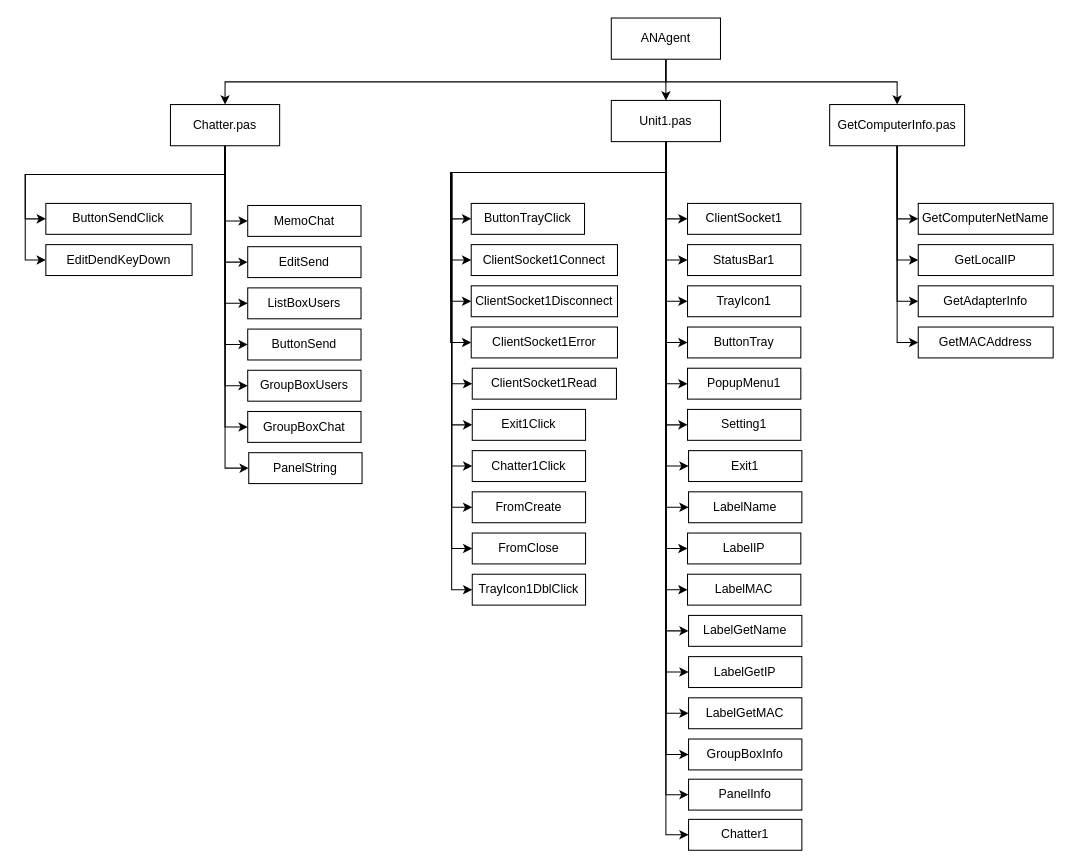
Before: page "Страница 1" (1 of 2) of Структура ПО.drawio in OhotnikovV/AvIS, a draw.io diagram. Source tidied: cells renumbered, new cells numbered last; positions are measured from the earlier drawing's top-left corner, leaving out a move shared by most shapes. Both pictures are drawn from the tidied source at 103%, with x=0, y=0 at pixel (25, 18).
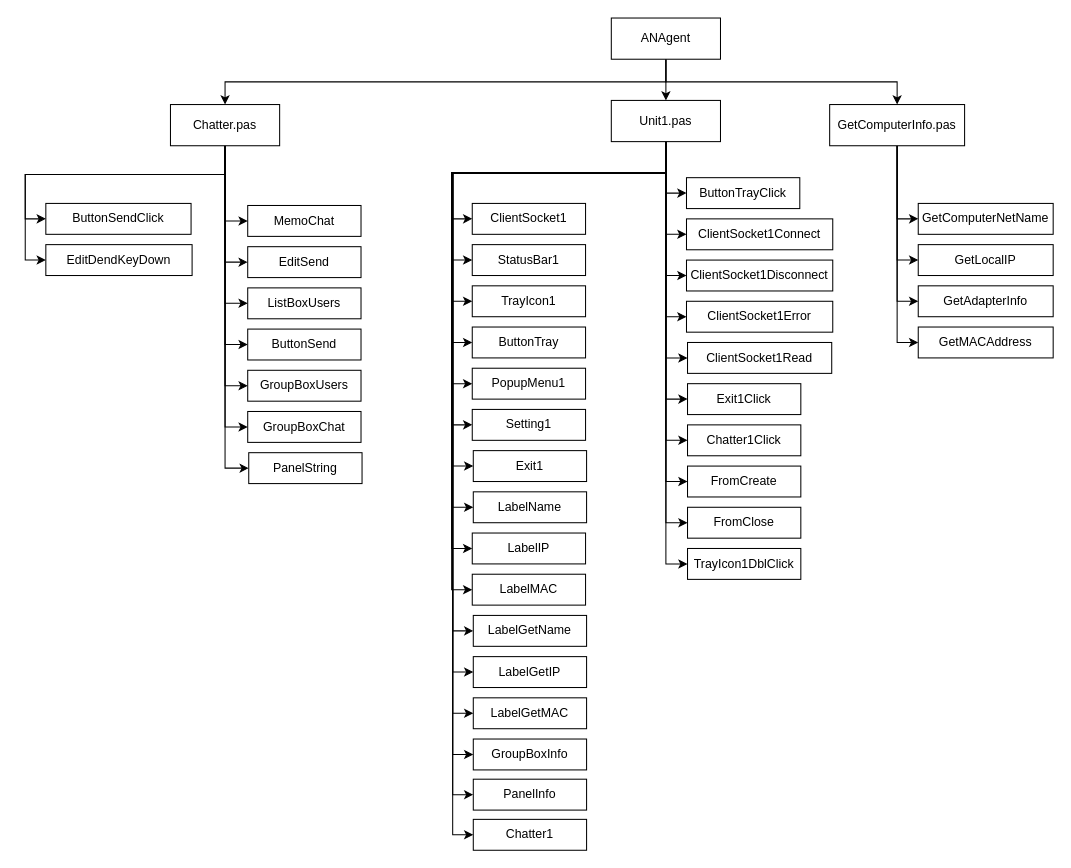
Above is the later version.

The change refers to these unchanged cells:
```xml
<mxCell id="28" value="Unit1.pas" style="rounded=0;whiteSpace=wrap;html=1;" parent="1" vertex="1">
  <mxGeometry x="569" y="80" width="106" height="40" as="geometry" />
</mxCell>
```

Diff of the diagram source:
```diff
@@
-    <mxCell id="2" style="edgeStyle=orthogonalEdgeStyle;rounded=0;jettySize=auto;html=1;exitX=0.5;exitY=1;exitDx=0;exitDy=0;entryX=0;entryY=0.5;entryDx=0;entryDy=0;" parent="1" edge="1" source="28" target="53">
-      <mxGeometry relative="1" as="geometry">
-        <Array as="points">
-          <mxPoint x="622" y="150" />
-          <mxPoint x="414" y="150" />
-          <mxPoint x="414" y="355" />
-        </Array>
-      </mxGeometry>
-    </mxCell>
-    <mxCell id="3" style="edgeStyle=orthogonalEdgeStyle;rounded=0;jettySize=auto;html=1;exitX=0.5;exitY=1;exitDx=0;exitDy=0;entryX=0;entryY=0.5;entryDx=0;entryDy=0;" parent="1" edge="1" source="28" target="54">
-      <mxGeometry relative="1" as="geometry">
-        <Array as="points">
-          <mxPoint x="622" y="150" />
-          <mxPoint x="414" y="150" />
-          <mxPoint x="414" y="395" />
-        </Array>
-      </mxGeometry>
-    </mxCell>
-    <mxCell id="4" style="edgeStyle=orthogonalEdgeStyle;rounded=0;jettySize=auto;html=1;exitX=0.5;exitY=1;exitDx=0;exitDy=0;entryX=0;entryY=0.5;entryDx=0;entryDy=0;" parent="1" edge="1" source="28" target="30">
-      <mxGeometry relative="1" as="geometry">
-        <Array as="points">
-          <mxPoint x="622" y="150" />
-          <mxPoint x="414" y="150" />
-          <mxPoint x="414" y="435" />
-        </Array>
-      </mxGeometry>
-    </mxCell>
-    <mxCell id="5" style="edgeStyle=orthogonalEdgeStyle;rounded=0;jettySize=auto;html=1;exitX=0.5;exitY=1;exitDx=0;exitDy=0;entryX=0;entryY=0.5;entryDx=0;entryDy=0;" parent="1" edge="1" source="28" target="55">
-      <mxGeometry relative="1" as="geometry">
-        <Array as="points">
-          <mxPoint x="622" y="150" />
-          <mxPoint x="414" y="150" />
-          <mxPoint x="414" y="475" />
-        </Array>
-      </mxGeometry>
-    </mxCell>
-    <mxCell id="6" style="edgeStyle=orthogonalEdgeStyle;rounded=0;jettySize=auto;html=1;exitX=0.5;exitY=1;exitDx=0;exitDy=0;entryX=0;entryY=0.5;entryDx=0;entryDy=0;" parent="1" edge="1" source="28" target="56">
-      <mxGeometry relative="1" as="geometry">
-        <Array as="points">
-          <mxPoint x="622" y="150" />
-          <mxPoint x="414" y="150" />
-          <mxPoint x="414" y="515" />
-        </Array>
-      </mxGeometry>
-    </mxCell>
-    <mxCell id="7" style="edgeStyle=orthogonalEdgeStyle;rounded=0;jettySize=auto;html=1;exitX=0.5;exitY=1;exitDx=0;exitDy=0;entryX=0;entryY=0.5;entryDx=0;entryDy=0;" parent="1" edge="1" source="28" target="57">
-      <mxGeometry relative="1" as="geometry">
-        <Array as="points">
-          <mxPoint x="622" y="150" />
-          <mxPoint x="414" y="150" />
-          <mxPoint x="414" y="555" />
-        </Array>
-      </mxGeometry>
-    </mxCell>
-    <mxCell id="8" style="edgeStyle=orthogonalEdgeStyle;rounded=0;jettySize=auto;html=1;exitX=0.5;exitY=1;exitDx=0;exitDy=0;entryX=0;entryY=0.5;entryDx=0;entryDy=0;" parent="1" edge="1" source="28" target="52">
-      <mxGeometry relative="1" as="geometry">
-        <Array as="points">
-          <mxPoint x="622" y="150" />
-          <mxPoint x="413" y="150" />
-          <mxPoint x="413" y="315" />
-        </Array>
-      </mxGeometry>
-    </mxCell>
-    <mxCell id="9" style="edgeStyle=orthogonalEdgeStyle;rounded=0;jettySize=auto;html=1;exitX=0.5;exitY=1;exitDx=0;exitDy=0;entryX=0;entryY=0.5;entryDx=0;entryDy=0;" parent="1" edge="1" source="28" target="29">
-      <mxGeometry relative="1" as="geometry" />
-    </mxCell>
-    <mxCell id="10" style="edgeStyle=orthogonalEdgeStyle;rounded=0;jettySize=auto;html=1;exitX=0.5;exitY=1;exitDx=0;exitDy=0;entryX=0;entryY=0.5;entryDx=0;entryDy=0;" parent="1" edge="1" source="28" target="31">
-      <mxGeometry relative="1" as="geometry">
-        <Array as="points">
-          <mxPoint x="622" y="150" />
-          <mxPoint x="413" y="150" />
-          <mxPoint x="413" y="235" />
-        </Array>
-      </mxGeometry>
-    </mxCell>
-    <mxCell id="11" style="edgeStyle=orthogonalEdgeStyle;rounded=0;jettySize=auto;html=1;exitX=0.5;exitY=1;exitDx=0;exitDy=0;entryX=0;entryY=0.5;entryDx=0;entryDy=0;" parent="1" edge="1" source="28" target="51">
-      <mxGeometry relative="1" as="geometry">
-        <Array as="points">
-          <mxPoint x="622" y="150" />
-          <mxPoint x="413" y="150" />
-          <mxPoint x="413" y="275" />
-        </Array>
-      </mxGeometry>
-    </mxCell>
@@
     <mxCell id="13" style="edgeStyle=orthogonalEdgeStyle;rounded=0;jettySize=auto;html=1;exitX=0.5;exitY=1;exitDx=0;exitDy=0;entryX=0;entryY=0.5;entryDx=0;entryDy=0;" parent="1" edge="1" source="28" target="59">
-      <mxGeometry relative="1" as="geometry" />
+      <mxGeometry relative="1" as="geometry">
+        <Array as="points">
+          <mxPoint x="622" y="150" />
+          <mxPoint x="414" y="150" />
+          <mxPoint x="414" y="235" />
+        </Array>
+      </mxGeometry>
     </mxCell>
     <mxCell id="14" style="edgeStyle=orthogonalEdgeStyle;rounded=0;jettySize=auto;html=1;exitX=0.5;exitY=1;exitDx=0;exitDy=0;entryX=0;entryY=0.5;entryDx=0;entryDy=0;" parent="1" edge="1" source="28" target="60">
-      <mxGeometry relative="1" as="geometry" />
+      <mxGeometry relative="1" as="geometry">
+        <Array as="points">
+          <mxPoint x="622" y="150" />
+          <mxPoint x="414" y="150" />
+          <mxPoint x="414" y="275" />
+        </Array>
+      </mxGeometry>
     </mxCell>
     <mxCell id="15" style="edgeStyle=orthogonalEdgeStyle;rounded=0;jettySize=auto;html=1;exitX=0.5;exitY=1;exitDx=0;exitDy=0;entryX=0;entryY=0.5;entryDx=0;entryDy=0;" parent="1" edge="1" source="28" target="61">
-      <mxGeometry relative="1" as="geometry" />
+      <mxGeometry relative="1" as="geometry">
+        <Array as="points">
+          <mxPoint x="622" y="151" />
+          <mxPoint x="414" y="151" />
+          <mxPoint x="414" y="315" />
+        </Array>
+      </mxGeometry>
     </mxCell>
     <mxCell id="16" style="edgeStyle=orthogonalEdgeStyle;rounded=0;jettySize=auto;html=1;exitX=0.5;exitY=1;exitDx=0;exitDy=0;entryX=0;entryY=0.5;entryDx=0;entryDy=0;" parent="1" edge="1" source="28" target="62">
-      <mxGeometry relative="1" as="geometry" />
+      <mxGeometry relative="1" as="geometry">
+        <Array as="points">
+          <mxPoint x="622" y="150" />
+          <mxPoint x="414" y="150" />
+          <mxPoint x="414" y="355" />
+        </Array>
+      </mxGeometry>
     </mxCell>
     <mxCell id="17" style="edgeStyle=orthogonalEdgeStyle;rounded=0;jettySize=auto;html=1;exitX=0.5;exitY=1;exitDx=0;exitDy=0;entryX=0;entryY=0.5;entryDx=0;entryDy=0;" parent="1" edge="1" source="28" target="63">
-      <mxGeometry relative="1" as="geometry" />
+      <mxGeometry relative="1" as="geometry">
+        <Array as="points">
+          <mxPoint x="622" y="151" />
+          <mxPoint x="414" y="151" />
+          <mxPoint x="414" y="395" />
+        </Array>
+      </mxGeometry>
     </mxCell>
     <mxCell id="18" style="edgeStyle=orthogonalEdgeStyle;rounded=0;jettySize=auto;html=1;exitX=0.5;exitY=1;exitDx=0;exitDy=0;entryX=0;entryY=0.5;entryDx=0;entryDy=0;" parent="1" edge="1" source="28" target="64">
-      <mxGeometry relative="1" as="geometry" />
+      <mxGeometry relative="1" as="geometry">
+        <Array as="points">
+          <mxPoint x="622" y="150" />
+          <mxPoint x="415" y="150" />
+          <mxPoint x="415" y="435" />
+        </Array>
+      </mxGeometry>
     </mxCell>
     <mxCell id="19" style="edgeStyle=orthogonalEdgeStyle;rounded=0;jettySize=auto;html=1;exitX=0.5;exitY=1;exitDx=0;exitDy=0;entryX=0;entryY=0.5;entryDx=0;entryDy=0;" parent="1" edge="1" source="28" target="65">
-      <mxGeometry relative="1" as="geometry" />
+      <mxGeometry relative="1" as="geometry">
+        <Array as="points">
+          <mxPoint x="622" y="151" />
+          <mxPoint x="415" y="151" />
+          <mxPoint x="415" y="475" />
+        </Array>
+      </mxGeometry>
     </mxCell>
     <mxCell id="20" style="edgeStyle=orthogonalEdgeStyle;rounded=0;jettySize=auto;html=1;exitX=0.5;exitY=1;exitDx=0;exitDy=0;entryX=0;entryY=0.5;entryDx=0;entryDy=0;" parent="1" edge="1" source="28" target="66">
-      <mxGeometry relative="1" as="geometry" />
+      <mxGeometry relative="1" as="geometry">
+        <Array as="points">
+          <mxPoint x="622" y="150" />
+          <mxPoint x="414" y="150" />
+          <mxPoint x="414" y="515" />
+        </Array>
+      </mxGeometry>
     </mxCell>
     <mxCell id="21" style="edgeStyle=orthogonalEdgeStyle;rounded=0;jettySize=auto;html=1;exitX=0.5;exitY=1;exitDx=0;exitDy=0;entryX=0;entryY=0.5;entryDx=0;entryDy=0;" parent="1" edge="1" source="28" target="67">
-      <mxGeometry relative="1" as="geometry" />
+      <mxGeometry relative="1" as="geometry">
+        <Array as="points">
+          <mxPoint x="622" y="151" />
+          <mxPoint x="414" y="151" />
+          <mxPoint x="414" y="555" />
+        </Array>
+      </mxGeometry>
     </mxCell>
     <mxCell id="22" style="edgeStyle=orthogonalEdgeStyle;rounded=0;jettySize=auto;html=1;exitX=0.5;exitY=1;exitDx=0;exitDy=0;entryX=0;entryY=0.5;entryDx=0;entryDy=0;" parent="1" edge="1" source="28" target="68">
-      <mxGeometry relative="1" as="geometry" />
+      <mxGeometry relative="1" as="geometry">
+        <Array as="points">
+          <mxPoint x="622" y="151" />
+          <mxPoint x="415" y="151" />
+          <mxPoint x="415" y="595" />
+        </Array>
+      </mxGeometry>
     </mxCell>
-    <mxCell id="23" style="edgeStyle=orthogonalEdgeStyle;rounded=0;jettySize=auto;html=1;exitX=0.5;exitY=1;exitDx=0;exitDy=0;entryX=0;entryY=0.5;entryDx=0;entryDy=0;" parent="1" edge="1" source="28" target="69">
-      <mxGeometry relative="1" as="geometry" />
-    </mxCell>
     <mxCell id="24" style="edgeStyle=orthogonalEdgeStyle;rounded=0;jettySize=auto;html=1;exitX=0.5;exitY=1;exitDx=0;exitDy=0;entryX=0;entryY=0.5;entryDx=0;entryDy=0;" parent="1" edge="1" source="28" target="70">
-      <mxGeometry relative="1" as="geometry" />
+      <mxGeometry relative="1" as="geometry">
+        <Array as="points">
+          <mxPoint x="622" y="150" />
+          <mxPoint x="415" y="150" />
+          <mxPoint x="415" y="675" />
+        </Array>
+      </mxGeometry>
     </mxCell>
     <mxCell id="25" style="edgeStyle=orthogonalEdgeStyle;rounded=0;jettySize=auto;html=1;exitX=0.5;exitY=1;exitDx=0;exitDy=0;entryX=0;entryY=0.5;entryDx=0;entryDy=0;" parent="1" edge="1" source="28" target="71">
-      <mxGeometry relative="1" as="geometry" />
+      <mxGeometry relative="1" as="geometry">
+        <Array as="points">
+          <mxPoint x="622" y="150" />
+          <mxPoint x="415" y="150" />
+          <mxPoint x="415" y="715" />
+        </Array>
+      </mxGeometry>
     </mxCell>
     <mxCell id="26" style="edgeStyle=orthogonalEdgeStyle;rounded=0;jettySize=auto;html=1;exitX=0.5;exitY=1;exitDx=0;exitDy=0;entryX=0;entryY=0.5;entryDx=0;entryDy=0;" parent="1" edge="1" source="28" target="72">
-      <mxGeometry relative="1" as="geometry" />
+      <mxGeometry relative="1" as="geometry">
+        <Array as="points">
+          <mxPoint x="622" y="151" />
+          <mxPoint x="415" y="151" />
+          <mxPoint x="415" y="754" />
+        </Array>
+      </mxGeometry>
     </mxCell>
     <mxCell id="27" style="edgeStyle=orthogonalEdgeStyle;rounded=0;jettySize=auto;html=1;exitX=0.5;exitY=1;exitDx=0;exitDy=0;entryX=0;entryY=0.5;entryDx=0;entryDy=0;" parent="1" edge="1" source="28" target="73">
-      <mxGeometry relative="1" as="geometry" />
+      <mxGeometry relative="1" as="geometry">
+        <Array as="points">
+          <mxPoint x="622" y="150" />
+          <mxPoint x="415" y="150" />
+          <mxPoint x="415" y="793" />
+        </Array>
+      </mxGeometry>
     </mxCell>
+    <mxCell id="23" style="edgeStyle=orthogonalEdgeStyle;rounded=0;jettySize=auto;html=1;exitX=0.5;exitY=1;exitDx=0;exitDy=0;entryX=0;entryY=0.5;entryDx=0;entryDy=0;" parent="1" edge="1" source="28" target="69">
+      <mxGeometry relative="1" as="geometry">
+        <Array as="points">
+          <mxPoint x="622" y="151" />
+          <mxPoint x="415" y="151" />
+          <mxPoint x="415" y="635" />
+        </Array>
+      </mxGeometry>
+    </mxCell>
+    <mxCell id="7" style="edgeStyle=orthogonalEdgeStyle;rounded=0;jettySize=auto;html=1;exitX=0.5;exitY=1;exitDx=0;exitDy=0;entryX=0;entryY=0.5;entryDx=0;entryDy=0;" parent="1" edge="1" source="28" target="57">
+      <mxGeometry relative="1" as="geometry" />
+    </mxCell>
+    <mxCell id="6" style="edgeStyle=orthogonalEdgeStyle;rounded=0;jettySize=auto;html=1;exitX=0.5;exitY=1;exitDx=0;exitDy=0;entryX=0;entryY=0.5;entryDx=0;entryDy=0;" parent="1" edge="1" source="28" target="56">
+      <mxGeometry relative="1" as="geometry" />
+    </mxCell>
+    <mxCell id="5" style="edgeStyle=orthogonalEdgeStyle;rounded=0;jettySize=auto;html=1;exitX=0.5;exitY=1;exitDx=0;exitDy=0;entryX=0;entryY=0.5;entryDx=0;entryDy=0;" parent="1" edge="1" source="28" target="55">
+      <mxGeometry relative="1" as="geometry" />
+    </mxCell>
+    <mxCell id="4" style="edgeStyle=orthogonalEdgeStyle;rounded=0;jettySize=auto;html=1;exitX=0.5;exitY=1;exitDx=0;exitDy=0;entryX=0;entryY=0.5;entryDx=0;entryDy=0;" parent="1" edge="1" source="28" target="30">
+      <mxGeometry relative="1" as="geometry" />
+    </mxCell>
+    <mxCell id="3" style="edgeStyle=orthogonalEdgeStyle;rounded=0;jettySize=auto;html=1;exitX=0.5;exitY=1;exitDx=0;exitDy=0;entryX=0;entryY=0.5;entryDx=0;entryDy=0;" parent="1" edge="1" source="28" target="54">
+      <mxGeometry relative="1" as="geometry" />
+    </mxCell>
+    <mxCell id="2" style="edgeStyle=orthogonalEdgeStyle;rounded=0;jettySize=auto;html=1;exitX=0.5;exitY=1;exitDx=0;exitDy=0;entryX=0;entryY=0.5;entryDx=0;entryDy=0;" parent="1" edge="1" source="28" target="53">
+      <mxGeometry relative="1" as="geometry" />
+    </mxCell>
+    <mxCell id="8" style="edgeStyle=orthogonalEdgeStyle;rounded=0;jettySize=auto;html=1;exitX=0.5;exitY=1;exitDx=0;exitDy=0;entryX=0;entryY=0.5;entryDx=0;entryDy=0;" parent="1" edge="1" source="28" target="52">
+      <mxGeometry relative="1" as="geometry" />
+    </mxCell>
+    <mxCell id="11" style="edgeStyle=orthogonalEdgeStyle;rounded=0;jettySize=auto;html=1;entryX=0;entryY=0.5;entryDx=0;entryDy=0;" parent="1" edge="1" source="28" target="51">
+      <mxGeometry relative="1" as="geometry" />
+    </mxCell>
+    <mxCell id="10" style="edgeStyle=orthogonalEdgeStyle;rounded=0;jettySize=auto;html=1;exitX=0.5;exitY=1;exitDx=0;exitDy=0;entryX=0;entryY=0.5;entryDx=0;entryDy=0;" parent="1" edge="1" source="28" target="31">
+      <mxGeometry relative="1" as="geometry" />
+    </mxCell>
+    <mxCell id="9" style="edgeStyle=orthogonalEdgeStyle;rounded=0;jettySize=auto;html=1;exitX=0.5;exitY=1;exitDx=0;exitDy=0;entryX=0;entryY=0.5;entryDx=0;entryDy=0;" parent="1" edge="1" source="28" target="29">
+      <mxGeometry relative="1" as="geometry" />
+    </mxCell>
@@
     <mxCell id="29" value="ButtonTrayClick" style="rounded=0;whiteSpace=wrap;html=1;" parent="1" vertex="1">
-      <mxGeometry x="433" y="180" width="110" height="30" as="geometry" />
+      <mxGeometry x="642" y="155" width="110" height="30" as="geometry" />
     </mxCell>
     <mxCell id="30" value="Chatter1Click" style="rounded=0;whiteSpace=wrap;html=1;" parent="1" vertex="1">
-      <mxGeometry x="434" y="420" width="110" height="30" as="geometry" />
+      <mxGeometry x="643" y="395" width="110" height="30" as="geometry" />
     </mxCell>
     <mxCell id="31" value="ClientSocket1Connect" style="rounded=0;whiteSpace=wrap;html=1;" parent="1" vertex="1">
-      <mxGeometry x="433" y="220" width="142" height="30" as="geometry" />
+      <mxGeometry x="642" y="195" width="142" height="30" as="geometry" />
     </mxCell>
@@
     <mxCell id="51" value="ClientSocket1Disconnect" style="rounded=0;whiteSpace=wrap;html=1;" parent="1" vertex="1">
-      <mxGeometry x="433" y="260" width="142" height="30" as="geometry" />
+      <mxGeometry x="642" y="235" width="142" height="30" as="geometry" />
     </mxCell>
     <mxCell id="52" value="ClientSocket1Error" style="rounded=0;whiteSpace=wrap;html=1;" parent="1" vertex="1">
-      <mxGeometry x="433" y="300" width="142" height="30" as="geometry" />
+      <mxGeometry x="642" y="275" width="142" height="30" as="geometry" />
     </mxCell>
     <mxCell id="53" value="ClientSocket1Read" style="rounded=0;whiteSpace=wrap;html=1;" parent="1" vertex="1">
-      <mxGeometry x="434" y="340" width="140" height="30" as="geometry" />
+      <mxGeometry x="643" y="315" width="140" height="30" as="geometry" />
     </mxCell>
     <mxCell id="54" value="Exit1Click" style="rounded=0;whiteSpace=wrap;html=1;" parent="1" vertex="1">
-      <mxGeometry x="434" y="380" width="110" height="30" as="geometry" />
+      <mxGeometry x="643" y="355" width="110" height="30" as="geometry" />
     </mxCell>
     <mxCell id="55" value="FromCreate" style="rounded=0;whiteSpace=wrap;html=1;" parent="1" vertex="1">
-      <mxGeometry x="434" y="460" width="110" height="30" as="geometry" />
+      <mxGeometry x="643" y="435" width="110" height="30" as="geometry" />
     </mxCell>
     <mxCell id="56" value="FromClose" style="rounded=0;whiteSpace=wrap;html=1;" parent="1" vertex="1">
-      <mxGeometry x="434" y="500" width="110" height="30" as="geometry" />
+      <mxGeometry x="643" y="475" width="110" height="30" as="geometry" />
     </mxCell>
     <mxCell id="57" value="TrayIcon1DblClick" style="rounded=0;whiteSpace=wrap;html=1;" parent="1" vertex="1">
-      <mxGeometry x="434" y="540" width="110" height="30" as="geometry" />
+      <mxGeometry x="643" y="515" width="110" height="30" as="geometry" />
     </mxCell>
     <mxCell id="58" value="ClientSocket1" style="rounded=0;whiteSpace=wrap;html=1;" parent="1" vertex="1">
-      <mxGeometry x="643" y="180" width="110" height="30" as="geometry" />
+      <mxGeometry x="434" y="180" width="110" height="30" as="geometry" />
     </mxCell>
     <mxCell id="59" value="StatusBar1" style="rounded=0;whiteSpace=wrap;html=1;" parent="1" vertex="1">
-      <mxGeometry x="643" y="220" width="110" height="30" as="geometry" />
+      <mxGeometry x="434" y="220" width="110" height="30" as="geometry" />
     </mxCell>
     <mxCell id="60" value="TrayIcon1" style="rounded=0;whiteSpace=wrap;html=1;" parent="1" vertex="1">
-      <mxGeometry x="643" y="260" width="110" height="30" as="geometry" />
+      <mxGeometry x="434" y="260" width="110" height="30" as="geometry" />
     </mxCell>
     <mxCell id="61" value="ButtonTray" style="rounded=0;whiteSpace=wrap;html=1;" parent="1" vertex="1">
-      <mxGeometry x="643" y="300" width="110" height="30" as="geometry" />
+      <mxGeometry x="434" y="300" width="110" height="30" as="geometry" />
     </mxCell>
     <mxCell id="62" value="PopupMenu1" style="rounded=0;whiteSpace=wrap;html=1;" parent="1" vertex="1">
-      <mxGeometry x="643" y="340" width="110" height="30" as="geometry" />
+      <mxGeometry x="434" y="340" width="110" height="30" as="geometry" />
     </mxCell>
     <mxCell id="63" value="Setting1" style="rounded=0;whiteSpace=wrap;html=1;" parent="1" vertex="1">
-      <mxGeometry x="643" y="380" width="110" height="30" as="geometry" />
+      <mxGeometry x="434" y="380" width="110" height="30" as="geometry" />
     </mxCell>
     <mxCell id="64" value="Exit1" style="rounded=0;whiteSpace=wrap;html=1;" parent="1" vertex="1">
-      <mxGeometry x="644" y="420" width="110" height="30" as="geometry" />
+      <mxGeometry x="435" y="420" width="110" height="30" as="geometry" />
     </mxCell>
     <mxCell id="65" value="LabelName" style="rounded=0;whiteSpace=wrap;html=1;" parent="1" vertex="1">
-      <mxGeometry x="644" y="460" width="110" height="30" as="geometry" />
+      <mxGeometry x="435" y="460" width="110" height="30" as="geometry" />
     </mxCell>
     <mxCell id="66" value="LabelIP" style="rounded=0;whiteSpace=wrap;html=1;" parent="1" vertex="1">
-      <mxGeometry x="643" y="500" width="110" height="30" as="geometry" />
+      <mxGeometry x="434" y="500" width="110" height="30" as="geometry" />
     </mxCell>
     <mxCell id="67" value="LabelMAC" style="rounded=0;whiteSpace=wrap;html=1;" parent="1" vertex="1">
-      <mxGeometry x="643" y="540" width="110" height="30" as="geometry" />
+      <mxGeometry x="434" y="540" width="110" height="30" as="geometry" />
     </mxCell>
     <mxCell id="68" value="LabelGetName" style="rounded=0;whiteSpace=wrap;html=1;" parent="1" vertex="1">
-      <mxGeometry x="644" y="580" width="110" height="30" as="geometry" />
+      <mxGeometry x="435" y="580" width="110" height="30" as="geometry" />
     </mxCell>
     <mxCell id="69" value="LabelGetIP" style="rounded=0;whiteSpace=wrap;html=1;" parent="1" vertex="1">
-      <mxGeometry x="644" y="620" width="110" height="30" as="geometry" />
+      <mxGeometry x="435" y="620" width="110" height="30" as="geometry" />
     </mxCell>
     <mxCell id="70" value="LabelGetMAC" style="rounded=0;whiteSpace=wrap;html=1;" parent="1" vertex="1">
-      <mxGeometry x="644" y="660" width="110" height="30" as="geometry" />
+      <mxGeometry x="435" y="660" width="110" height="30" as="geometry" />
     </mxCell>
     <mxCell id="71" value="GroupBoxInfo" style="rounded=0;whiteSpace=wrap;html=1;" parent="1" vertex="1">
-      <mxGeometry x="644" y="700" width="110" height="30" as="geometry" />
+      <mxGeometry x="435" y="700" width="110" height="30" as="geometry" />
     </mxCell>
     <mxCell id="72" value="PanelInfo" style="rounded=0;whiteSpace=wrap;html=1;" parent="1" vertex="1">
-      <mxGeometry x="644" y="739" width="110" height="30" as="geometry" />
+      <mxGeometry x="435" y="739" width="110" height="30" as="geometry" />
     </mxCell>
     <mxCell id="73" value="Chatter1" style="rounded=0;whiteSpace=wrap;html=1;" parent="1" vertex="1">
-      <mxGeometry x="644" y="778" width="110" height="30" as="geometry" />
+      <mxGeometry x="435" y="778" width="110" height="30" as="geometry" />
     </mxCell>
```
